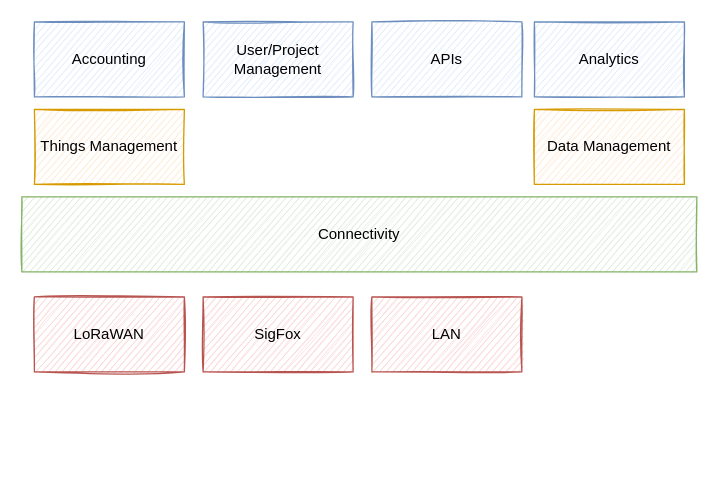
citado/iot-lecture keeps this draw.io diagram as page "Platform" (2 of 2) of platform/diag/platform.drawio. Above is the earlier version. Source tidied: cells renumbered, new cells numbered last; positions are measured from the earlier drawing's top-left corner, leaving out a move shared by most shapes. Both pictures are drawn from the tidied source at 125%, with x=0, y=0 at pixel (21, 21).
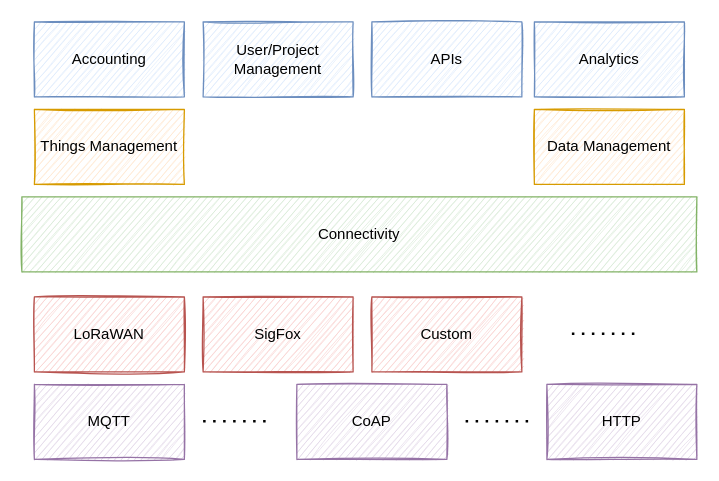
The same page after the edit.

Commit message (it also covers changes not shown here):
feat: update platform architecture

Diff of the diagram source:
```diff
@@
-    <mxCell id="11" value="LAN" style="rounded=0;whiteSpace=wrap;html=1;sketch=1;fillColor=#f8cecc;strokeColor=#b85450;" parent="1" vertex="1">
+    <mxCell id="11" value="Custom" style="rounded=0;whiteSpace=wrap;html=1;sketch=1;fillColor=#f8cecc;strokeColor=#b85450;" parent="1" vertex="1">
       <mxGeometry x="280" y="220" width="120" height="60" as="geometry" />
     </mxCell>
+    <mxCell id="12" value="MQTT" style="rounded=0;whiteSpace=wrap;html=1;sketch=1;fillColor=#e1d5e7;strokeColor=#9673a6;" parent="1" vertex="1">
+      <mxGeometry x="10" y="290" width="120" height="60" as="geometry" />
+    </mxCell>
+    <mxCell id="13" value="HTTP" style="rounded=0;whiteSpace=wrap;html=1;sketch=1;fillColor=#e1d5e7;strokeColor=#9673a6;" parent="1" vertex="1">
+      <mxGeometry x="420" y="290" width="120" height="60" as="geometry" />
+    </mxCell>
+    <mxCell id="14" value="CoAP" style="rounded=0;whiteSpace=wrap;html=1;sketch=1;fillColor=#e1d5e7;strokeColor=#9673a6;" parent="1" vertex="1">
+      <mxGeometry x="220" y="290" width="120" height="60" as="geometry" />
+    </mxCell>
+    <mxCell id="15" style="endArrow=none;dashed=1;html=1;dashPattern=1 3;strokeWidth=2;rounded=0;" parent="1" edge="1">
+      <mxGeometry relative="1" as="geometry">
+        <mxPoint x="440" y="249.5" as="sourcePoint" />
+        <mxPoint x="495" y="249.5" as="targetPoint" />
+      </mxGeometry>
+    </mxCell>
+    <mxCell id="16" style="endArrow=none;dashed=1;html=1;dashPattern=1 3;strokeWidth=2;rounded=0;" parent="1" edge="1">
+      <mxGeometry relative="1" as="geometry">
+        <mxPoint x="355" y="319.5" as="sourcePoint" />
+        <mxPoint x="410" y="319.5" as="targetPoint" />
+      </mxGeometry>
+    </mxCell>
+    <mxCell id="17" style="endArrow=none;dashed=1;html=1;dashPattern=1 3;strokeWidth=2;rounded=0;" parent="1" edge="1">
+      <mxGeometry relative="1" as="geometry">
+        <mxPoint x="145" y="319.5" as="sourcePoint" />
+        <mxPoint x="200" y="319.5" as="targetPoint" />
+      </mxGeometry>
+    </mxCell>
```
